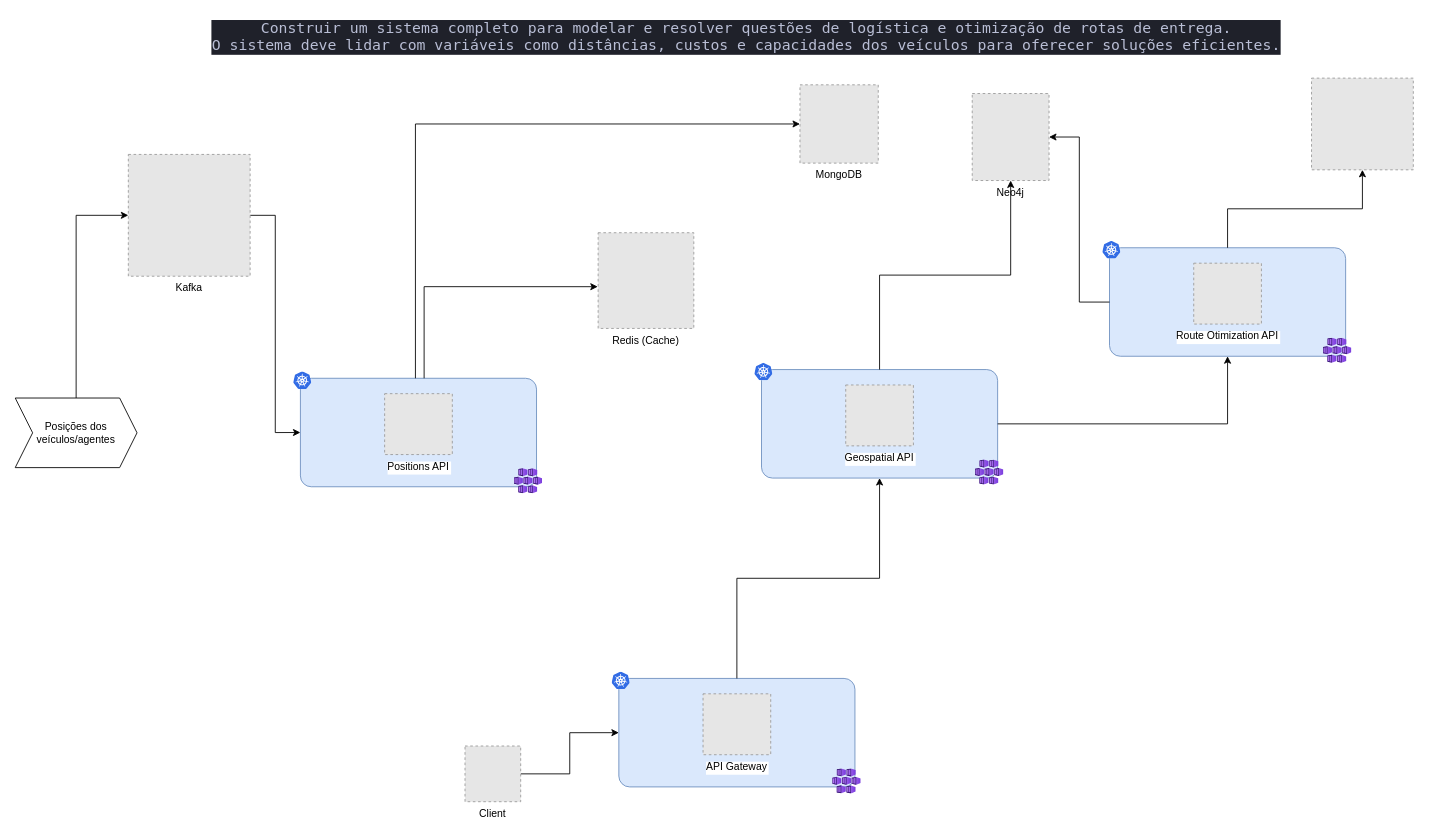
The draw.io diagram archi.drawio in rafacandido7/achi-sw-patterns, before the edit. Source tidied: cells renumbered, new cells numbered last; positions are measured from the earlier drawing's top-left corner, leaving out a move shared by most shapes. Both pictures are drawn from the tidied source at 87%, with x=0, y=0 at pixel (15, 15). Pictures stored in the file or linked from it are replaced by grey dashed boxes.
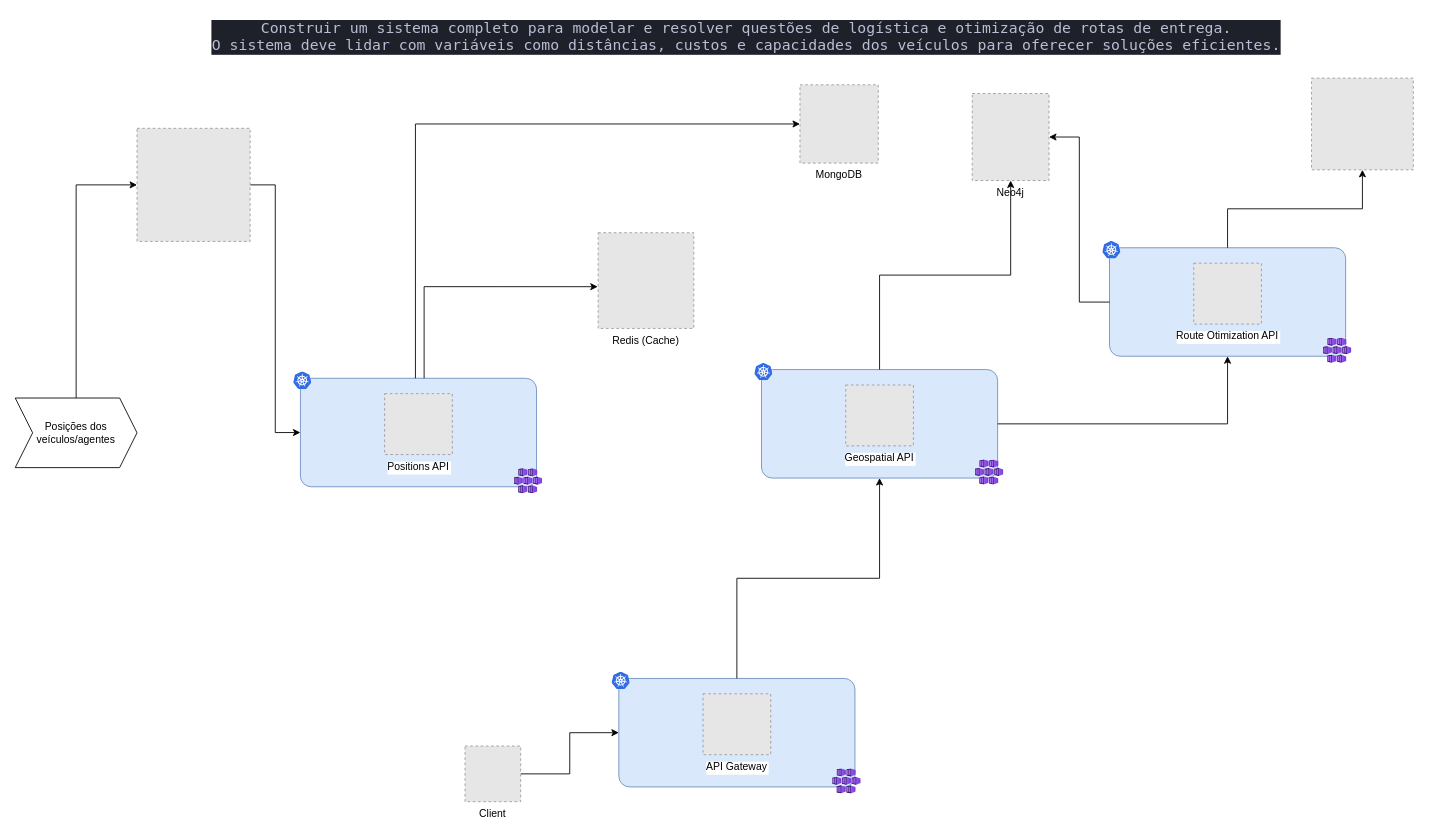
The same diagram, later.

Unchanged cells that the change refers to:
```xml
<mxCell id="16" value="Posições dos veículos/agentes" style="shape=step;perimeter=stepPerimeter;whiteSpace=wrap;html=1;fixedSize=1;" parent="1" vertex="1">
  <mxGeometry y="440" width="140" height="80" as="geometry" />
</mxCell>
<mxCell id="19" style="rounded=1;arcSize=10;strokeColor=#6c8ebf;fillColor=#dae8fc;" parent="18" vertex="1">
  <mxGeometry x="7.8" y="7.3" width="271.4" height="124.7" as="geometry" />
</mxCell>
```

Change to the diagram source:
```diff
@@
-    <mxCell id="10" style="edgeStyle=orthogonalEdgeStyle;rounded=0;jettySize=auto;html=1;entryX=0;entryY=0.5;entryDx=0;entryDy=0;" parent="1" edge="1" source="11" target="19">
+    <mxCell id="10" style="edgeStyle=orthogonalEdgeStyle;rounded=0;jettySize=auto;html=1;entryX=0;entryY=0.5;entryDx=0;entryDy=0;exitX=1;exitY=0.5;exitDx=0;exitDy=0;" parent="1" edge="1" source="40" target="19">
       <mxGeometry relative="1" as="geometry" />
     </mxCell>
-    <mxCell id="11" value="Kafka" style="fillColor=#E6E6E6;strokeColor=#999999;dashed=1;verticalLabelPosition=bottom;labelBackgroundColor=default;verticalAlign=top;" parent="1" vertex="1">
-      <mxGeometry x="130" y="160" width="140" height="140" as="geometry" />
-    </mxCell>
@@
-    <mxCell id="15" style="edgeStyle=orthogonalEdgeStyle;rounded=0;jettySize=auto;html=1;entryX=0;entryY=0.5;entryDx=0;entryDy=0;" parent="1" edge="1" source="16" target="11">
+    <mxCell id="15" style="edgeStyle=orthogonalEdgeStyle;rounded=0;jettySize=auto;html=1;entryX=0;entryY=0.5;entryDx=0;entryDy=0;" parent="1" edge="1" source="16" target="40">
       <mxGeometry relative="1" as="geometry" />
     </mxCell>
@@
+    <mxCell id="40" style="fillColor=#E6E6E6;strokeColor=#999999;dashed=1;verticalLabelPosition=bottom;labelBackgroundColor=default;verticalAlign=top;" parent="1" vertex="1">
+      <mxGeometry x="140" y="130" width="130" height="130" as="geometry" />
+    </mxCell>
```
